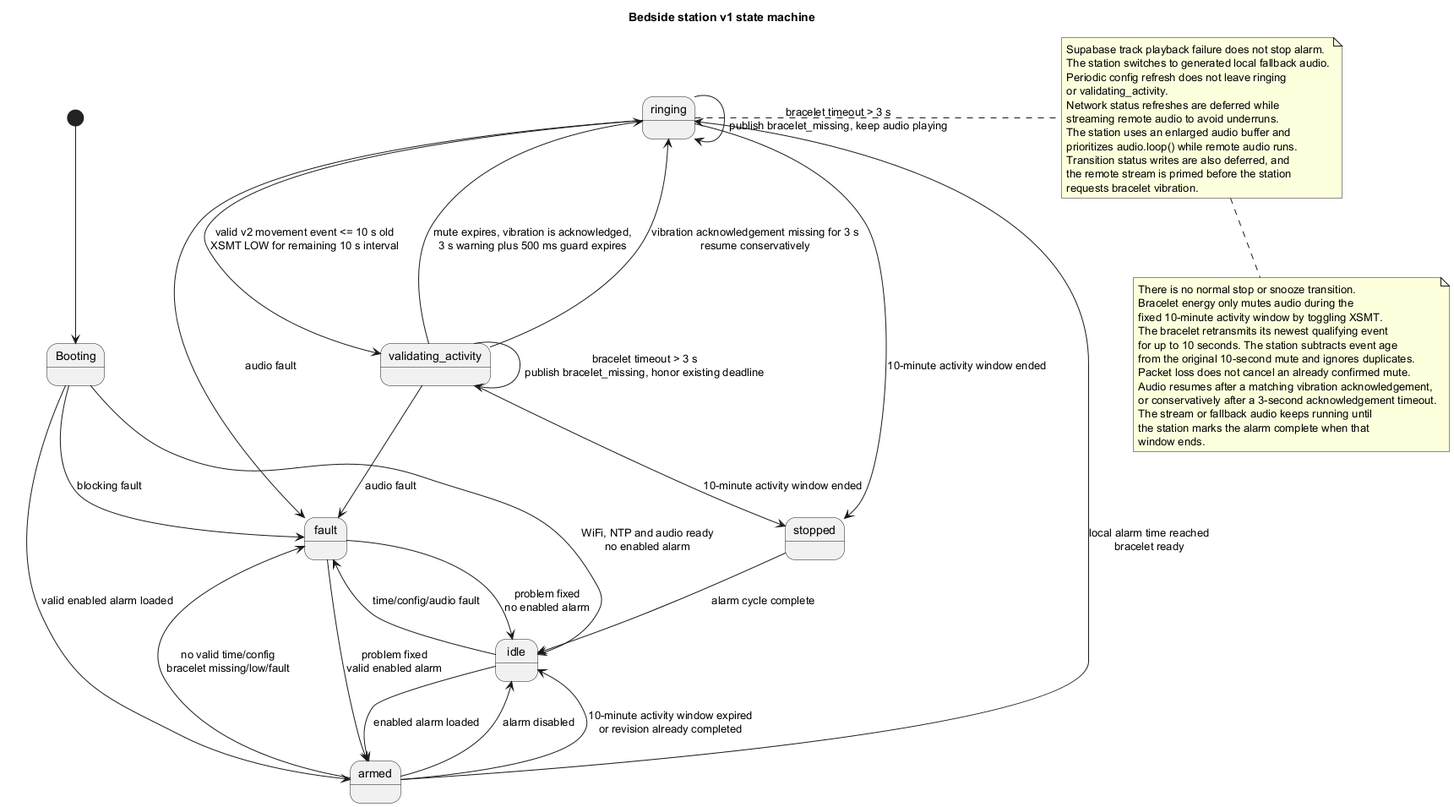
Jzn-wbr/Starter keeps this PlantUML diagram as code/boite hp/UML/station_state_machine.png. Above is the earlier version.
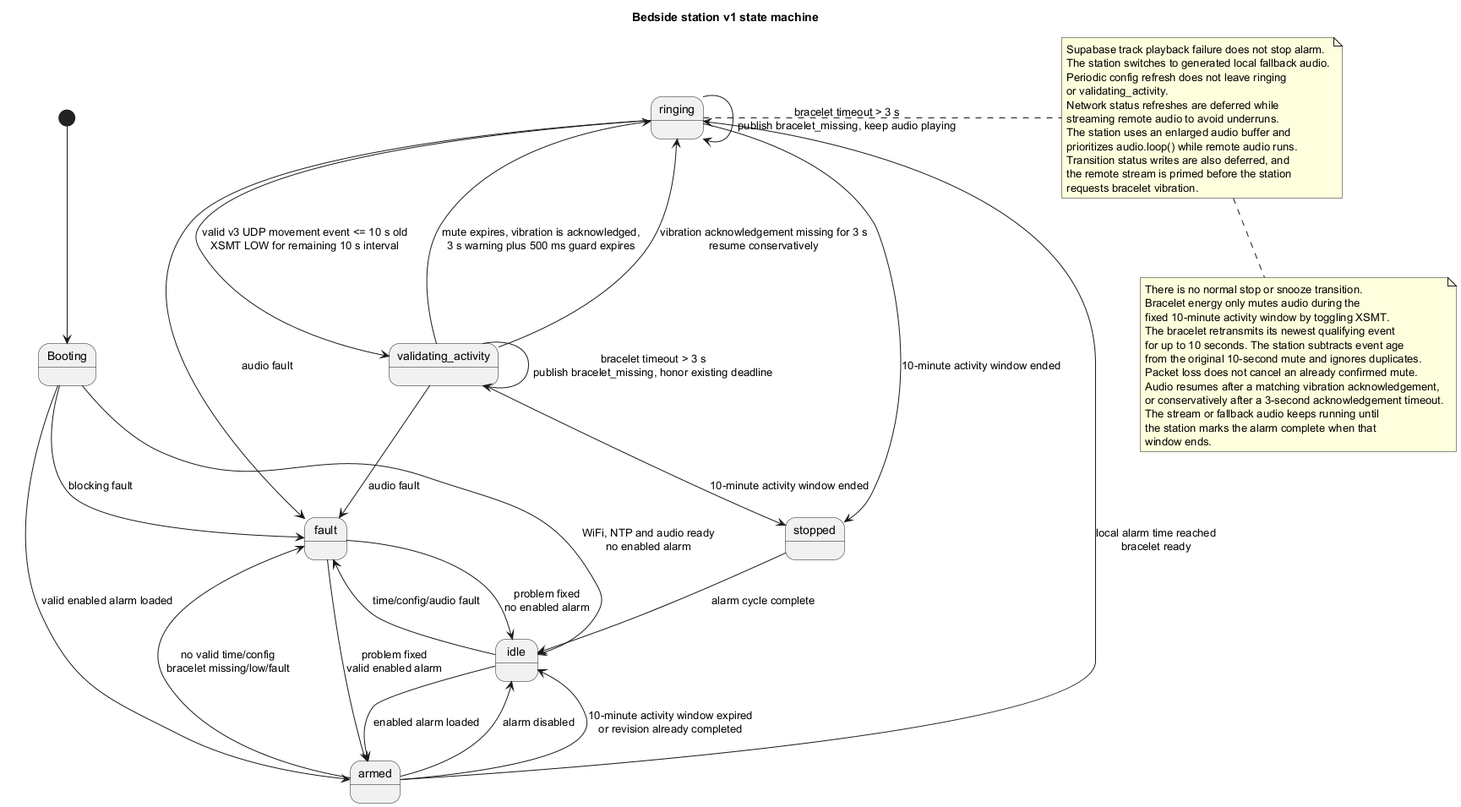
Above is the later version.

What changed in the source:
```diff
@@ -14,7 +14,7 @@
 armed --> idle : 10-minute activity window expired\nor revision already completed
 armed --> fault : no valid time/config\nbracelet missing/low/fault
 
-ringing --> validating_activity : valid v2 movement event <= 10 s old\nXSMT LOW for remaining 10 s interval
+ringing --> validating_activity : valid v3 UDP movement event <= 10 s old\nXSMT LOW for remaining 10 s interval
 ringing --> stopped : 10-minute activity window ended
 ringing --> ringing : bracelet timeout > 3 s\npublish bracelet_missing, keep audio playing
 ringing --> fault : audio fault
```
